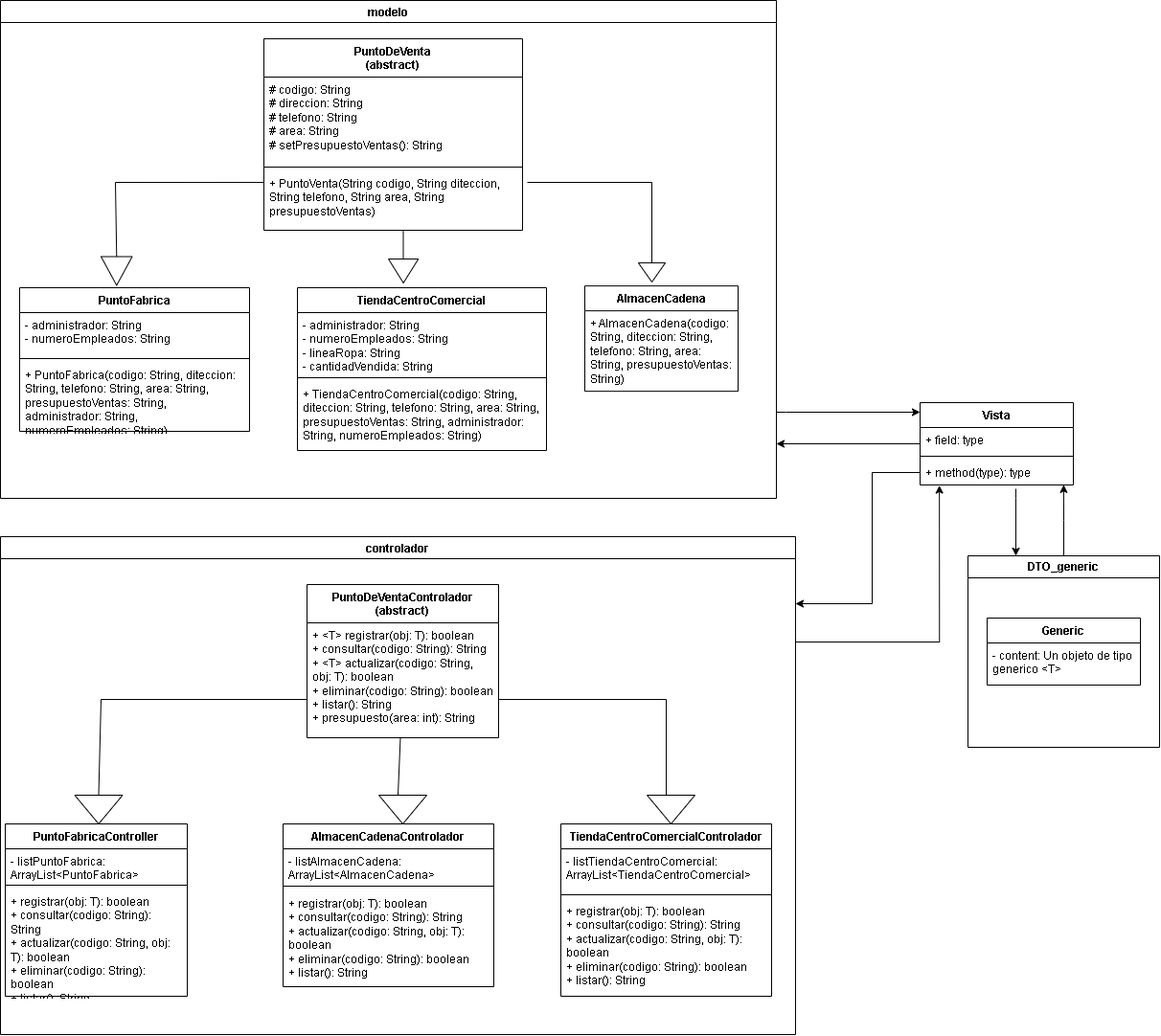
Before: TallerFinalPunto3.drawio.png, a diagram exported from draw.io (AngelDavidGutierrez/TallerFinalPunto3). Source tidied: cells renumbered, new cells last; positions are measured from the earlier drawing's top-left corner, leaving out a move shared by most shapes.
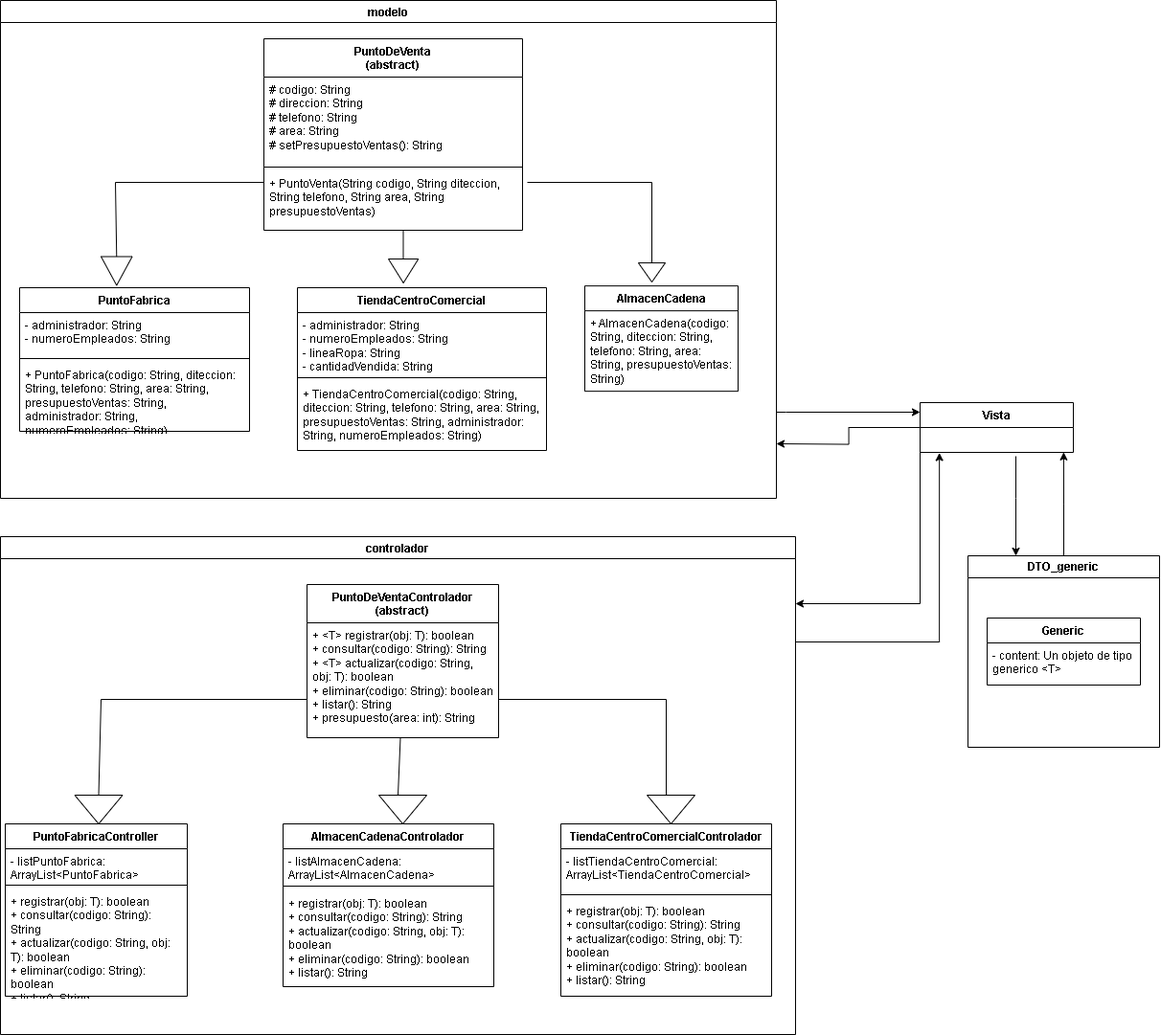
Above is the later version.

Change to the diagram source:
```diff
@@ -98,9 +98,10 @@
     <mxCell id="32" style="triangle;whiteSpace=wrap;html=1;rotation=90;" parent="26" vertex="1">
       <mxGeometry x="106.3" y="266.3" width="30" height="32.5" as="geometry" />
     </mxCell>
-    <mxCell id="33" style="edgeStyle=orthogonalEdgeStyle;rounded=0;jettySize=auto;html=1;entryX=0.126;entryY=1.019;entryDx=0;entryDy=0;entryPerimeter=0;" parent="1" edge="1" target="53">
+    <mxCell id="33" style="edgeStyle=orthogonalEdgeStyle;rounded=0;orthogonalLoop=1;jettySize=auto;html=1;entryX=0.126;entryY=1.019;entryDx=0;entryDy=0;entryPerimeter=0;" parent="1" edge="1">
       <mxGeometry relative="1" as="geometry">
         <mxPoint x="830" y="670" as="sourcePoint" />
+        <mxPoint x="980.2" y="472.5" as="targetPoint" />
         <Array as="points">
           <mxPoint x="980" y="670" />
         </Array>
@@ -167,8 +168,10 @@
     <mxCell id="46" value="- content: Un objeto de tipo generico &amp;lt;T&amp;gt;" style="text;strokeColor=none;fillColor=none;align=left;verticalAlign=top;spacingLeft=4;spacingRight=4;overflow=hidden;whiteSpace=wrap;html=1;" parent="45" vertex="1">
       <mxGeometry y="26" width="160" height="44" as="geometry" />
     </mxCell>
-    <mxCell id="47" style="edgeStyle=orthogonalEdgeStyle;rounded=0;jettySize=auto;html=1;entryX=0.937;entryY=0.993;entryDx=0;entryDy=0;entryPerimeter=0;" parent="1" edge="1" source="48" target="53">
-      <mxGeometry relative="1" as="geometry" />
+    <mxCell id="47" style="edgeStyle=orthogonalEdgeStyle;rounded=0;jettySize=auto;html=1;entryX=0.937;entryY=0.993;entryDx=0;entryDy=0;entryPerimeter=0;" parent="1" edge="1" source="48">
+      <mxGeometry relative="1" as="geometry">
+        <mxPoint x="1109.9" y="471.8" as="targetPoint" />
+      </mxGeometry>
     </mxCell>
     <mxCell id="48" value="DTO_generic" style="swimlane;whiteSpace=wrap;html=1;" parent="1" vertex="1">
       <mxGeometry x="1010" y="580" width="200" height="200" as="geometry" />
@@ -179,17 +182,8 @@
       </mxGeometry>
     </mxCell>
     <mxCell id="50" value="Vista" style="swimlane;fontStyle=1;align=center;verticalAlign=top;horizontal=1;startSize=26;whiteSpace=wrap;html=1;" parent="1" vertex="1">
-      <mxGeometry x="960" y="420" width="160" height="86" as="geometry" />
+      <mxGeometry x="960" y="420" width="160" height="52" as="geometry" />
     </mxCell>
-    <mxCell id="51" value="+ field: type" style="text;strokeColor=none;fillColor=none;align=left;verticalAlign=top;spacingLeft=4;spacingRight=4;overflow=hidden;whiteSpace=wrap;html=1;" parent="50" vertex="1">
-      <mxGeometry y="26" width="160" height="26" as="geometry" />
-    </mxCell>
-    <mxCell id="52" style="line;strokeWidth=1;fillColor=none;align=left;verticalAlign=middle;spacingTop=-1;spacingLeft=3;spacingRight=3;labelPosition=right;strokeColor=inherit;" parent="50" vertex="1">
-      <mxGeometry y="52" width="160" height="8" as="geometry" />
-    </mxCell>
-    <mxCell id="53" value="+ method(type): type" style="text;strokeColor=none;fillColor=none;align=left;verticalAlign=top;spacingLeft=4;spacingRight=4;overflow=hidden;points=[[0,0.5],[1,0.5]];portConstraint=eastwest;whiteSpace=wrap;html=1;" parent="50" vertex="1">
-      <mxGeometry y="60" width="160" height="26" as="geometry" />
-    </mxCell>
     <mxCell id="54" style="edgeStyle=orthogonalEdgeStyle;rounded=0;orthogonalLoop=1;jettySize=auto;html=1;" parent="1" edge="1">
       <mxGeometry relative="1" as="geometry">
         <mxPoint x="810" y="430" as="sourcePoint" />
@@ -199,20 +193,22 @@
         </Array>
       </mxGeometry>
     </mxCell>
-    <mxCell id="55" style="edgeStyle=orthogonalEdgeStyle;rounded=0;jettySize=auto;html=1;entryX=0.25;entryY=0;entryDx=0;entryDy=0;exitX=0.625;exitY=1.154;exitDx=0;exitDy=0;exitPerimeter=0;" parent="1" edge="1" source="53" target="48">
+    <mxCell id="55" style="edgeStyle=orthogonalEdgeStyle;rounded=0;jettySize=auto;html=1;entryX=0.25;entryY=0;entryDx=0;entryDy=0;exitX=0.625;exitY=1.154;exitDx=0;exitDy=0;exitPerimeter=0;" parent="1" edge="1" target="48">
       <mxGeometry relative="1" as="geometry">
+        <mxPoint x="1060" y="476" as="sourcePoint" />
         <Array as="points">
           <mxPoint x="1060" y="520" />
           <mxPoint x="1060" y="520" />
         </Array>
       </mxGeometry>
     </mxCell>
-    <mxCell id="56" style="edgeStyle=orthogonalEdgeStyle;rounded=0;jettySize=auto;html=1;" parent="1" edge="1" source="53">
+    <mxCell id="56" style="edgeStyle=orthogonalEdgeStyle;rounded=0;orthogonalLoop=1;jettySize=auto;html=1;" parent="1" edge="1">
       <mxGeometry relative="1" as="geometry">
+        <mxPoint x="1040.1" y="472" as="sourcePoint" />
         <mxPoint x="830" y="630" as="targetPoint" />
         <Array as="points">
-          <mxPoint x="910" y="493" />
-          <mxPoint x="910" y="630" />
+          <mxPoint x="960" y="472" />
+          <mxPoint x="960" y="630" />
         </Array>
       </mxGeometry>
     </mxCell>
```
